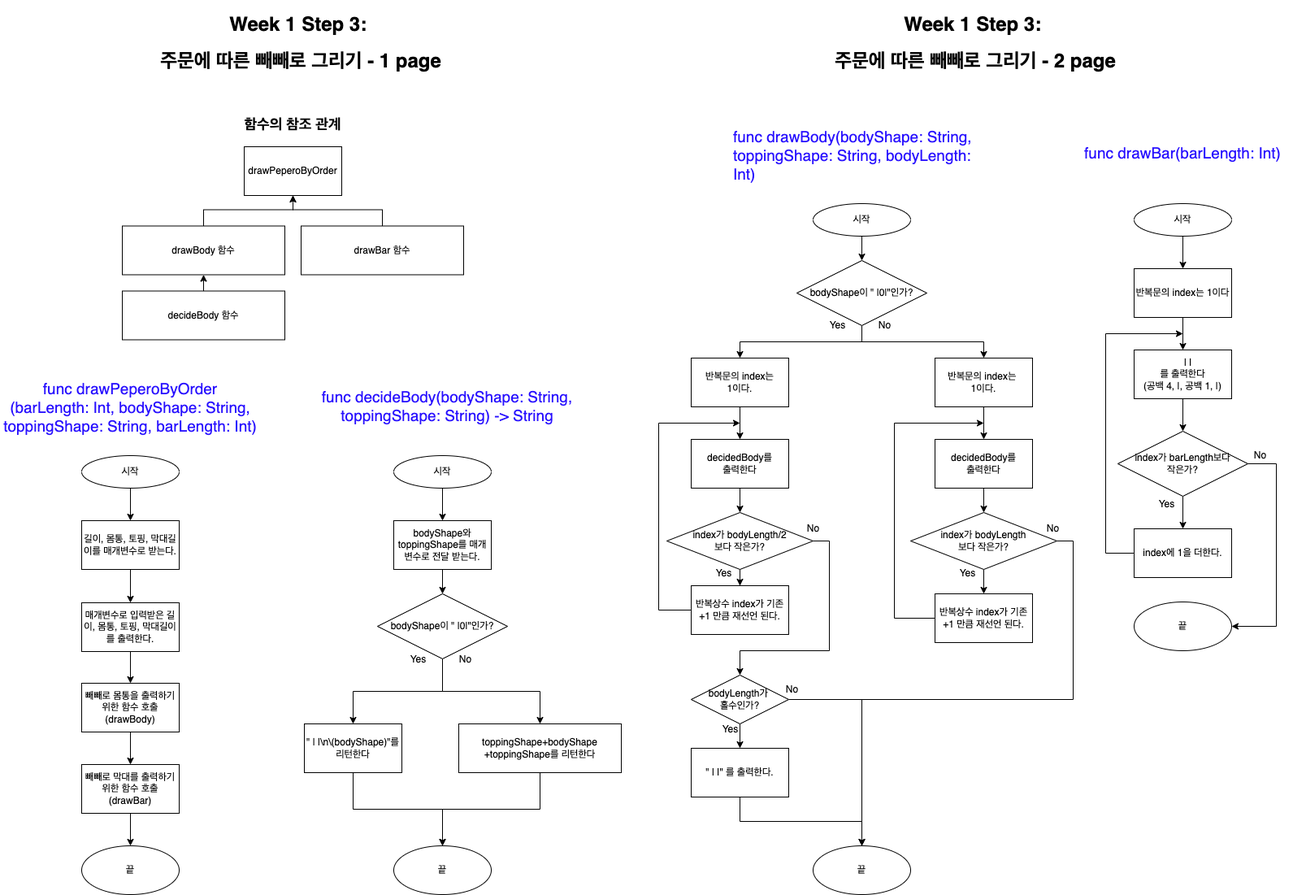
Before: step3_drawPeperoByOrder_Flowchart.png, a diagram exported from draw.io (yagom-academy/swift-starter-Round1). Source tidied: cells renumbered, new cells last; positions are measured from the earlier drawing's top-left corner, leaving out a move shared by most shapes.
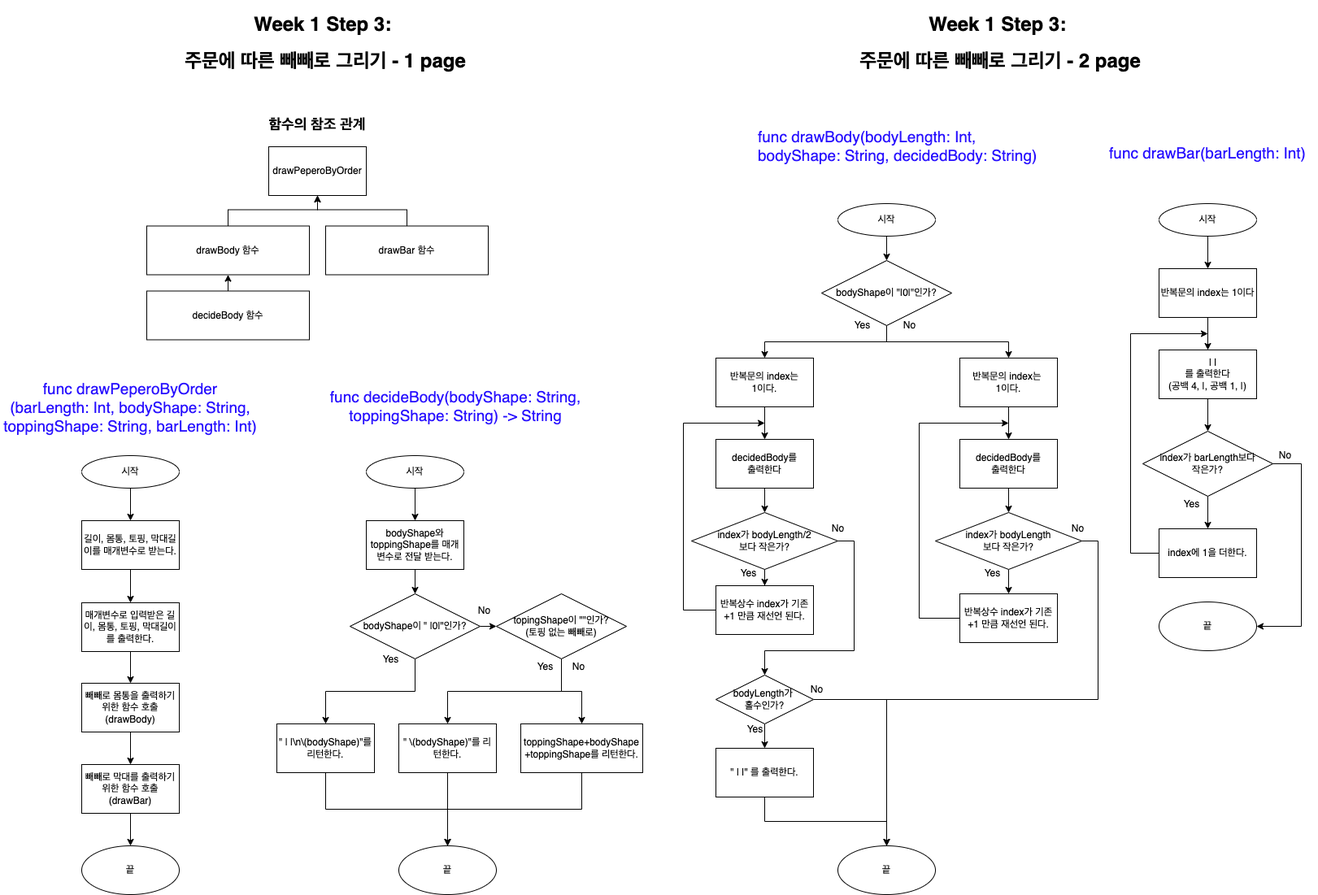
After the change.

Commit message:
[FIX & UPDATE] Week 1 Step 3 Flowchart 수정, decideBody 함수 수정(토핑 없는 빼빼로 출력시 몸통과 막대의 공백 차이 해결을 위한 코드 삽입), drawBody 및 drawPeperoByOrder 함수 작성 완료

What changed in the source:
```diff
@@ -63,34 +63,34 @@
       <mxGeometry relative="1" as="geometry" />
     </mxCell>
     <mxCell id="19" value="시작" style="ellipse;whiteSpace=wrap;html=1;" parent="1" vertex="1">
-      <mxGeometry x="100" y="550" width="120" height="40" as="geometry" />
+      <mxGeometry x="70" y="550" width="120" height="40" as="geometry" />
     </mxCell>
     <mxCell id="20" style="edgeStyle=orthogonalEdgeStyle;rounded=0;jettySize=auto;html=1;entryX=0.5;entryY=0;entryDx=0;entryDy=0;" parent="1" edge="1" source="21" target="23">
       <mxGeometry relative="1" as="geometry" />
     </mxCell>
     <mxCell id="21" value="길이, 몸통, 토핑, 막대길이를 매개변수로 받는다." style="whiteSpace=wrap;html=1;" parent="1" vertex="1">
-      <mxGeometry x="100" y="630" width="120" height="60" as="geometry" />
+      <mxGeometry x="70" y="630" width="120" height="60" as="geometry" />
     </mxCell>
     <mxCell id="22" style="edgeStyle=orthogonalEdgeStyle;rounded=0;jettySize=auto;html=1;" parent="1" edge="1" source="23" target="25">
       <mxGeometry relative="1" as="geometry" />
     </mxCell>
     <mxCell id="23" value="매개변수로 입력받은 길이, 몸통, 토핑, 막대길이를 출력한다." style="whiteSpace=wrap;html=1;" parent="1" vertex="1">
-      <mxGeometry x="100" y="731" width="120" height="60" as="geometry" />
+      <mxGeometry x="70" y="731" width="120" height="60" as="geometry" />
     </mxCell>
     <mxCell id="24" style="edgeStyle=orthogonalEdgeStyle;rounded=0;jettySize=auto;html=1;" parent="1" edge="1" source="25" target="27">
       <mxGeometry relative="1" as="geometry" />
     </mxCell>
     <mxCell id="25" value="빼빼로 몸통을 출력하기 위한 함수 호출&lt;br&gt;(drawBody)" style="whiteSpace=wrap;html=1;" parent="1" vertex="1">
-      <mxGeometry x="100" y="830" width="120" height="60" as="geometry" />
+      <mxGeometry x="70" y="830" width="120" height="60" as="geometry" />
     </mxCell>
     <mxCell id="26" style="edgeStyle=orthogonalEdgeStyle;rounded=0;jettySize=auto;html=1;" parent="1" edge="1" source="27" target="28">
       <mxGeometry relative="1" as="geometry" />
     </mxCell>
     <mxCell id="27" value="빼빼로 막대를 출력하기 위한 함수 호출&lt;br&gt;(drawBar)" style="whiteSpace=wrap;html=1;" parent="1" vertex="1">
-      <mxGeometry x="100" y="930" width="120" height="60" as="geometry" />
+      <mxGeometry x="70" y="930" width="120" height="60" as="geometry" />
     </mxCell>
     <mxCell id="28" value="끝" style="ellipse;whiteSpace=wrap;html=1;" parent="1" vertex="1">
-      <mxGeometry x="100" y="1030" width="120" height="60" as="geometry" />
+      <mxGeometry x="70" y="1030" width="120" height="60" as="geometry" />
     </mxCell>
     <mxCell id="29" value="drawPeperoByOrder" style="rounded=0;whiteSpace=wrap;html=1;" parent="1" vertex="1">
       <mxGeometry x="300" y="170" width="120" height="60" as="geometry" />
@@ -119,40 +119,40 @@
       <mxGeometry relative="1" as="geometry" />
     </mxCell>
     <mxCell id="37" value="시작" style="ellipse;whiteSpace=wrap;html=1;" parent="1" vertex="1">
-      <mxGeometry x="484" y="550" width="120" height="40" as="geometry" />
+      <mxGeometry x="420" y="550" width="120" height="40" as="geometry" />
     </mxCell>
     <mxCell id="38" style="edgeStyle=orthogonalEdgeStyle;rounded=0;jettySize=auto;html=1;exitX=0.5;exitY=1;exitDx=0;exitDy=0;entryX=0.5;entryY=0;entryDx=0;entryDy=0;fontSize=19;" parent="1" edge="1" source="39" target="42">
       <mxGeometry relative="1" as="geometry" />
     </mxCell>
     <mxCell id="39" value="bodyShape와 toppingShape를 매개변수로 전달 받는다." style="whiteSpace=wrap;html=1;" parent="1" vertex="1">
-      <mxGeometry x="484" y="630" width="120" height="60" as="geometry" />
+      <mxGeometry x="420" y="630" width="120" height="60" as="geometry" />
     </mxCell>
-    <mxCell id="40" style="edgeStyle=orthogonalEdgeStyle;rounded=0;jettySize=auto;html=1;fontSize=19;" parent="1" edge="1" source="42" target="46">
-      <mxGeometry relative="1" as="geometry" />
-    </mxCell>
     <mxCell id="41" style="edgeStyle=orthogonalEdgeStyle;rounded=0;jettySize=auto;html=1;exitX=0.5;exitY=1;exitDx=0;exitDy=0;fontSize=19;" parent="1" edge="1" source="42" target="48">
       <mxGeometry relative="1" as="geometry" />
     </mxCell>
+    <mxCell id="92" style="edgeStyle=orthogonalEdgeStyle;rounded=0;jettySize=auto;html=1;exitX=1;exitY=0.5;exitDx=0;exitDy=0;entryX=0;entryY=0.5;entryDx=0;entryDy=0;" parent="1" edge="1" source="42" target="95">
+      <mxGeometry relative="1" as="geometry" />
+    </mxCell>
     <mxCell id="42" value="bodyShape이 &quot; |0|&quot;인가?" style="rhombus;whiteSpace=wrap;html=1;" parent="1" vertex="1">
-      <mxGeometry x="464" y="720" width="160" height="80" as="geometry" />
+      <mxGeometry x="400" y="720" width="160" height="80" as="geometry" />
     </mxCell>
     <mxCell id="43" value="Yes" style="text;html=1;align=center;verticalAlign=middle;strokeColor=none;fillColor=none;" parent="1" vertex="1">
-      <mxGeometry x="494" y="791" width="40" height="20" as="geometry" />
+      <mxGeometry x="430" y="791" width="40" height="20" as="geometry" />
     </mxCell>
     <mxCell id="44" value="끝" style="ellipse;whiteSpace=wrap;html=1;rounded=0;" parent="1" vertex="1">
-      <mxGeometry x="484" y="1030" width="120" height="60" as="geometry" />
+      <mxGeometry x="460" y="1030" width="120" height="60" as="geometry" />
     </mxCell>
     <mxCell id="45" style="edgeStyle=orthogonalEdgeStyle;rounded=0;jettySize=auto;html=1;exitX=0.5;exitY=1;exitDx=0;exitDy=0;fontSize=19;entryX=0.5;entryY=0;entryDx=0;entryDy=0;" parent="1" edge="1" source="46" target="44">
       <mxGeometry relative="1" as="geometry" />
     </mxCell>
-    <mxCell id="46" value="toppingShape+bodyShape&lt;br&gt;+toppingShape를 리턴한다" style="whiteSpace=wrap;html=1;" parent="1" vertex="1">
-      <mxGeometry x="564" y="880" width="200" height="60" as="geometry" />
+    <mxCell id="46" value="toppingShape+bodyShape&lt;br&gt;+toppingShape를 리턴한다." style="whiteSpace=wrap;html=1;" parent="1" vertex="1">
+      <mxGeometry x="610" y="880" width="150" height="60" as="geometry" />
     </mxCell>
     <mxCell id="47" style="edgeStyle=orthogonalEdgeStyle;rounded=0;jettySize=auto;html=1;exitX=0.5;exitY=1;exitDx=0;exitDy=0;entryX=0.5;entryY=0;entryDx=0;entryDy=0;fontSize=19;" parent="1" edge="1" source="48" target="44">
       <mxGeometry relative="1" as="geometry" />
     </mxCell>
-    <mxCell id="48" value="&quot; | |\n\(bodyShape)&quot;를&lt;br&gt;리턴한다" style="whiteSpace=wrap;html=1;" parent="1" vertex="1">
-      <mxGeometry x="374" y="880" width="120" height="60" as="geometry" />
+    <mxCell id="48" value="&quot; | |\n\(bodyShape)&quot;를&lt;br&gt;리턴한다." style="whiteSpace=wrap;html=1;" parent="1" vertex="1">
+      <mxGeometry x="310" y="880" width="120" height="60" as="geometry" />
     </mxCell>
     <mxCell id="49" value="시작" style="ellipse;whiteSpace=wrap;html=1;" parent="1" vertex="1">
       <mxGeometry x="1000" y="240" width="120" height="40" as="geometry" />
@@ -166,7 +166,7 @@
     <mxCell id="52" style="edgeStyle=orthogonalEdgeStyle;rounded=0;jettySize=auto;html=1;exitX=0.5;exitY=1;exitDx=0;exitDy=0;entryX=0.5;entryY=0;entryDx=0;entryDy=0;fontSize=19;" parent="1" edge="1" source="53" target="56">
       <mxGeometry relative="1" as="geometry" />
     </mxCell>
-    <mxCell id="53" value="bodyShape이 &quot; |0|&quot;인가?" style="rhombus;whiteSpace=wrap;html=1;" parent="1" vertex="1">
+    <mxCell id="53" value="bodyShape이 &quot;|0|&quot;인가?" style="rhombus;whiteSpace=wrap;html=1;" parent="1" vertex="1">
       <mxGeometry x="980" y="310" width="160" height="80" as="geometry" />
     </mxCell>
     <mxCell id="54" value="Yes" style="text;html=1;align=center;verticalAlign=middle;strokeColor=none;fillColor=none;" parent="1" vertex="1">
@@ -292,22 +292,43 @@
       <mxGeometry x="870" y="685" width="40" height="20" as="geometry" />
     </mxCell>
     <mxCell id="86" value="No" style="text;html=1;align=center;verticalAlign=middle;strokeColor=none;fillColor=none;" parent="1" vertex="1">
-      <mxGeometry x="557" y="791" width="30" height="20" as="geometry" />
+      <mxGeometry x="550" y="731" width="30" height="20" as="geometry" />
     </mxCell>
     <mxCell id="87" value="func drawBar(barLength: Int)" style="text;whiteSpace=wrap;fontSize=19;align=center;fontColor=#270FFF;" parent="1" vertex="1">
       <mxGeometry x="1320" y="160" width="270" height="60" as="geometry" />
     </mxCell>
     <mxCell id="88" value="func decideBody(bodyShape: String,&#10;toppingShape: String) -&gt; String" style="text;fontSize=19;verticalAlign=top;whiteSpace=wrap;align=center;fontColor=#270FFF;" parent="1" vertex="1">
-      <mxGeometry x="390" y="460" width="320" height="60" as="geometry" />
+      <mxGeometry x="370" y="460" width="320" height="60" as="geometry" />
     </mxCell>
-    <mxCell id="89" value="func drawBody(bodyShape: String,&#10;toppingShape: String, bodyLength: Int)" style="text;fontSize=19;verticalAlign=top;whiteSpace=wrap;fontColor=#270FFF;" parent="1" vertex="1">
-      <mxGeometry x="900" y="140" width="320" height="60" as="geometry" />
+    <mxCell id="89" value="func drawBody(bodyLength: Int,&#10;bodyShape: String, decidedBody: String)" style="text;fontSize=19;verticalAlign=top;whiteSpace=wrap;fontColor=#270FFF;" parent="1" vertex="1">
+      <mxGeometry x="900" y="140" width="350" height="60" as="geometry" />
     </mxCell>
     <mxCell id="90" value="func drawPeperoByOrder&#10;(barLength: Int, bodyShape: String, toppingShape: String, barLength: Int)" style="text;whiteSpace=wrap;fontSize=19;align=center;fontColor=#270FFF;" parent="1" vertex="1">
-      <mxGeometry y="450" width="320" height="60" as="geometry" />
+      <mxGeometry x="-30" y="450" width="320" height="60" as="geometry" />
     </mxCell>
     <mxCell id="91" value="&lt;h1&gt;Week 1 Step 3:&amp;nbsp;&lt;/h1&gt;&lt;h1&gt;주문에 따른 빼빼로 그리기 - 2 page&lt;/h1&gt;" style="text;html=1;strokeColor=none;fillColor=none;spacing=5;spacingTop=-20;whiteSpace=wrap;overflow=hidden;rounded=0;align=center;" parent="1" vertex="1">
       <mxGeometry x="1020" width="360" height="90" as="geometry" />
     </mxCell>
+    <mxCell id="93" style="edgeStyle=orthogonalEdgeStyle;rounded=0;jettySize=auto;html=1;" parent="1" edge="1" source="95" target="97">
+      <mxGeometry relative="1" as="geometry" />
+    </mxCell>
+    <mxCell id="94" style="edgeStyle=orthogonalEdgeStyle;rounded=0;jettySize=auto;html=1;exitX=0.5;exitY=1;exitDx=0;exitDy=0;entryX=0.5;entryY=0;entryDx=0;entryDy=0;" parent="1" edge="1" source="95" target="46">
+      <mxGeometry relative="1" as="geometry" />
+    </mxCell>
+    <mxCell id="95" value="topingShape이 &quot;&quot;인가?&lt;br&gt;(토핑 없는 빼빼로)" style="rhombus;whiteSpace=wrap;html=1;" parent="1" vertex="1">
+      <mxGeometry x="580" y="720" width="160" height="80" as="geometry" />
+    </mxCell>
+    <mxCell id="96" style="edgeStyle=orthogonalEdgeStyle;rounded=0;jettySize=auto;html=1;exitX=0.5;exitY=1;exitDx=0;exitDy=0;entryX=0.5;entryY=0;entryDx=0;entryDy=0;" parent="1" edge="1" source="97" target="44">
+      <mxGeometry relative="1" as="geometry" />
+    </mxCell>
+    <mxCell id="97" value="&quot; \(bodyShape)&quot;를 리턴한다." style="whiteSpace=wrap;html=1;" parent="1" vertex="1">
+      <mxGeometry x="460" y="880" width="120" height="60" as="geometry" />
+    </mxCell>
+    <mxCell id="98" value="Yes" style="text;html=1;align=center;verticalAlign=middle;strokeColor=none;fillColor=none;" parent="1" vertex="1">
+      <mxGeometry x="620" y="800" width="40" height="20" as="geometry" />
+    </mxCell>
+    <mxCell id="99" value="No" style="text;html=1;align=center;verticalAlign=middle;strokeColor=none;fillColor=none;" parent="1" vertex="1">
+      <mxGeometry x="666" y="800" width="30" height="20" as="geometry" />
+    </mxCell>
   </root>
 </mxGraphModel>
```
